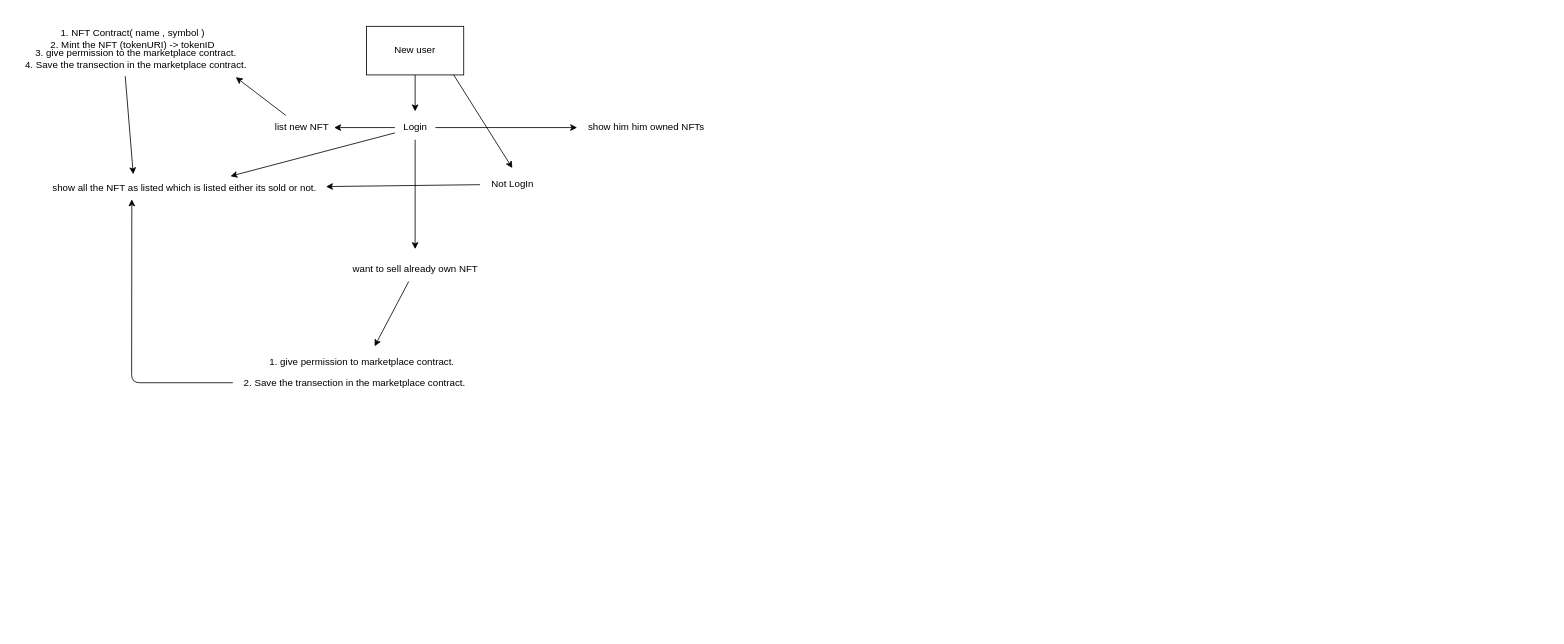
Earlier version of the draw.io diagram projectPlanning.drawio (aamir-067/NFT-Marketplace). Source tidied: cells renumbered, new cells numbered last; positions are measured from the earlier drawing's top-left corner, leaving out a move shared by most shapes. Both pictures are drawn from the tidied source at 81%, with x=0, y=0 at pixel (14, 22).
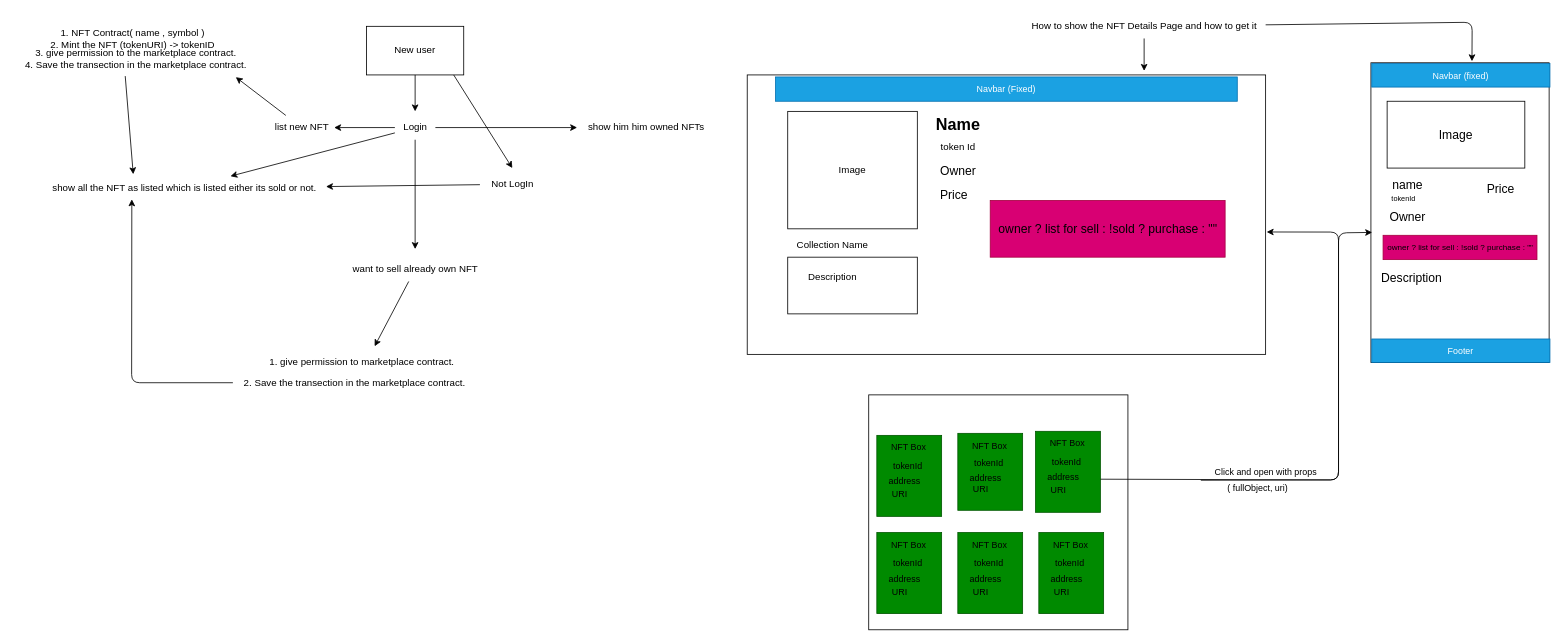
After the change.

The edit, as a diff of the source:
```diff
@@
+    <mxCell id="26" style="edgeStyle=none;html=1;fontSize=11;" parent="1" edge="1" source="28">
+      <mxGeometry relative="1" as="geometry">
+        <mxPoint x="1395" y="60" as="targetPoint" />
+      </mxGeometry>
+    </mxCell>
+    <mxCell id="27" style="edgeStyle=none;html=1;entryX=0.567;entryY=-0.005;entryDx=0;entryDy=0;entryPerimeter=0;fontSize=11;" parent="1" edge="1" source="28" target="40">
+      <mxGeometry relative="1" as="geometry">
+        <Array as="points">
+          <mxPoint x="1800" />
+        </Array>
+      </mxGeometry>
+    </mxCell>
+    <mxCell id="28" value="How to show the NFT Details Page and how to get it" style="text;html=1;align=center;verticalAlign=middle;points=[];strokeColor=none;fillColor=none;" parent="1" vertex="1">
+      <mxGeometry x="1245" y="-10" width="300" height="30" as="geometry" />
+    </mxCell>
+    <mxCell id="29" style="whiteSpace=wrap;html=1;" parent="1" vertex="1">
+      <mxGeometry x="905" y="65" width="640" height="345" as="geometry" />
+    </mxCell>
+    <mxCell id="30" value="Image" style="whiteSpace=wrap;html=1;" parent="1" vertex="1">
+      <mxGeometry x="955" y="110" width="160" height="145" as="geometry" />
+    </mxCell>
+    <mxCell id="31" value="Name" style="text;html=1;align=center;verticalAlign=middle;strokeWidth=1;fontStyle=1;fontSize=20;" parent="1" vertex="1">
+      <mxGeometry x="1125" y="105" width="80" height="40" as="geometry" />
+    </mxCell>
+    <mxCell id="32" value="&lt;font style=&quot;font-size: 12px;&quot;&gt;token Id&lt;/font&gt;" style="text;html=1;align=center;verticalAlign=middle;strokeColor=none;fillColor=none;fontSize=20;" parent="1" vertex="1">
+      <mxGeometry x="1130" y="130" width="70" height="40" as="geometry" />
+    </mxCell>
+    <mxCell id="33" value="&lt;font style=&quot;font-size: 15px;&quot;&gt;Owner&lt;/font&gt;" style="text;html=1;align=center;verticalAlign=middle;strokeColor=none;fillColor=none;fontSize=12;" parent="1" vertex="1">
+      <mxGeometry x="1130" y="167.5" width="70" height="30" as="geometry" />
+    </mxCell>
+    <mxCell id="34" value="Collection Name" style="text;html=1;align=center;verticalAlign=middle;strokeColor=none;fillColor=none;fontSize=12;strokeWidth=1;" parent="1" vertex="1">
+      <mxGeometry x="955" y="260" width="110" height="30" as="geometry" />
+    </mxCell>
+    <mxCell id="35" style="whiteSpace=wrap;html=1;strokeWidth=1;fontSize=12;" parent="1" vertex="1">
+      <mxGeometry x="955" y="290" width="160" height="70" as="geometry" />
+    </mxCell>
+    <mxCell id="36" value="Description" style="text;html=1;align=center;verticalAlign=middle;strokeColor=none;fillColor=none;fontSize=12;strokeWidth=1;" parent="1" vertex="1">
+      <mxGeometry x="970" y="300" width="80" height="30" as="geometry" />
+    </mxCell>
+    <mxCell id="37" value="Price" style="text;html=1;align=center;verticalAlign=middle;strokeColor=none;fillColor=none;fontSize=15;strokeWidth=1;" parent="1" vertex="1">
+      <mxGeometry x="1130" y="197.5" width="60" height="30" as="geometry" />
+    </mxCell>
+    <mxCell id="38" style="whiteSpace=wrap;html=1;strokeWidth=1;fontSize=15;fillColor=#d80073;fontColor=#ffffff;strokeColor=#A50040;" parent="1" vertex="1">
+      <mxGeometry x="1205" y="220" width="290" height="70" as="geometry" />
+    </mxCell>
+    <mxCell id="39" value="owner ? list for sell : !sold ? purchase : &quot;&quot;" style="text;html=1;align=center;verticalAlign=middle;strokeColor=none;fillColor=none;fontSize=15;" parent="1" vertex="1">
+      <mxGeometry x="1205" y="240" width="290" height="30" as="geometry" />
+    </mxCell>
+    <mxCell id="40" style="whiteSpace=wrap;html=1;strokeWidth=1;fontSize=15;" parent="1" vertex="1">
+      <mxGeometry x="1675" y="50" width="220" height="370" as="geometry" />
+    </mxCell>
+    <mxCell id="41" value="name" style="text;html=1;align=center;verticalAlign=middle;strokeColor=none;fillColor=none;fontSize=15;strokeWidth=1;" parent="1" vertex="1">
+      <mxGeometry x="1690" y="185" width="60" height="30" as="geometry" />
+    </mxCell>
+    <mxCell id="42" value="Image" style="whiteSpace=wrap;html=1;strokeWidth=1;fontSize=15;" parent="1" vertex="1">
+      <mxGeometry x="1695" y="97.5" width="170" height="82.5" as="geometry" />
+    </mxCell>
+    <mxCell id="43" value="tokenId" style="text;html=1;align=center;verticalAlign=middle;strokeColor=none;fillColor=none;fontSize=9;" parent="1" vertex="1">
+      <mxGeometry x="1690" y="207.5" width="50" height="20" as="geometry" />
+    </mxCell>
+    <mxCell id="44" value="Price" style="text;html=1;align=center;verticalAlign=middle;strokeColor=none;fillColor=none;fontSize=15;" parent="1" vertex="1">
+      <mxGeometry x="1805" y="190" width="60" height="30" as="geometry" />
+    </mxCell>
+    <mxCell id="45" style="whiteSpace=wrap;html=1;strokeWidth=1;fontSize=15;fillColor=#d80073;fontColor=#ffffff;strokeColor=#A50040;" parent="1" vertex="1">
+      <mxGeometry x="1690" y="263" width="190" height="30" as="geometry" />
+    </mxCell>
+    <mxCell id="46" value="owner ? list for sell : !sold ? purchase : &quot;&quot;" style="text;html=1;align=center;verticalAlign=middle;strokeColor=none;fillColor=none;fontSize=10;" parent="1" vertex="1">
+      <mxGeometry x="1685" y="263" width="200" height="30" as="geometry" />
+    </mxCell>
+    <mxCell id="47" value="Owner" style="text;html=1;align=center;verticalAlign=middle;strokeColor=none;fillColor=none;fontSize=15;" parent="1" vertex="1">
+      <mxGeometry x="1685" y="225" width="70" height="30" as="geometry" />
+    </mxCell>
+    <mxCell id="48" value="Description" style="text;html=1;align=center;verticalAlign=middle;strokeColor=none;fillColor=none;fontSize=15;" parent="1" vertex="1">
+      <mxGeometry x="1675" y="300" width="100" height="30" as="geometry" />
+    </mxCell>
+    <mxCell id="49" value="Navbar (Fixed)" style="whiteSpace=wrap;html=1;strokeWidth=1;fontSize=11;fillColor=#1ba1e2;fontColor=#ffffff;strokeColor=#006EAF;" parent="1" vertex="1">
+      <mxGeometry x="940" y="67.5" width="570" height="30" as="geometry" />
+    </mxCell>
+    <mxCell id="50" value="Navbar (fixed)" style="whiteSpace=wrap;html=1;strokeWidth=1;fontSize=11;fillColor=#1ba1e2;fontColor=#ffffff;strokeColor=#006EAF;" parent="1" vertex="1">
+      <mxGeometry x="1676" y="51" width="220" height="29" as="geometry" />
+    </mxCell>
+    <mxCell id="51" value="Footer" style="whiteSpace=wrap;html=1;strokeWidth=1;fontSize=11;fillColor=#1ba1e2;fontColor=#ffffff;strokeColor=#006EAF;" parent="1" vertex="1">
+      <mxGeometry x="1676" y="391" width="220" height="29" as="geometry" />
+    </mxCell>
+    <mxCell id="52" style="whiteSpace=wrap;html=1;strokeWidth=1;fontSize=11;" parent="1" vertex="1">
+      <mxGeometry x="1055" y="460" width="320" height="290" as="geometry" />
+    </mxCell>
+    <mxCell id="53" style="edgeStyle=none;html=1;fontSize=11;entryX=1.002;entryY=0.565;entryDx=0;entryDy=0;entryPerimeter=0;" parent="1" edge="1">
+      <mxGeometry relative="1" as="geometry">
+        <mxPoint x="1465" y="565.4" as="sourcePoint" />
+        <mxPoint x="1546.3" y="258.9" as="targetPoint" />
+        <Array as="points">
+          <mxPoint x="1635" y="565" />
+          <mxPoint x="1635" y="259" />
+        </Array>
+      </mxGeometry>
+    </mxCell>
+    <mxCell id="54" style="edgeStyle=none;html=1;entryX=0.007;entryY=0.566;entryDx=0;entryDy=0;entryPerimeter=0;fontSize=11;exitX=1.015;exitY=0.559;exitDx=0;exitDy=0;exitPerimeter=0;" parent="1" edge="1" source="90" target="40">
+      <mxGeometry relative="1" as="geometry">
+        <Array as="points">
+          <mxPoint x="1635" y="565" />
+          <mxPoint x="1635" y="260" />
+        </Array>
+      </mxGeometry>
+    </mxCell>
+    <mxCell id="55" value="Click and open with props" style="text;html=1;align=center;verticalAlign=middle;strokeColor=none;fillColor=none;fontSize=11;" parent="1" vertex="1">
+      <mxGeometry x="1470" y="540" width="150" height="30" as="geometry" />
+    </mxCell>
+    <mxCell id="56" value="( fullObject, uri)" style="text;html=1;align=center;verticalAlign=middle;strokeColor=none;fillColor=none;fontSize=11;" parent="1" vertex="1">
+      <mxGeometry x="1485" y="560" width="100" height="30" as="geometry" />
+    </mxCell>
+    <mxCell id="57" style="group;" parent="1" vertex="1">
+      <mxGeometry x="1065" y="510" width="80" height="100" as="geometry" />
+    </mxCell>
+    <mxCell id="58" style="whiteSpace=wrap;html=1;strokeWidth=1;fontSize=11;fillColor=#008a00;fontColor=#ffffff;strokeColor=#005700;" parent="57" vertex="1">
+      <mxGeometry width="80" height="100" as="geometry" />
+    </mxCell>
+    <mxCell id="59" value="NFT Box" style="text;html=1;align=center;verticalAlign=middle;strokeColor=none;fillColor=none;fontSize=11;" parent="57" vertex="1">
+      <mxGeometry x="4" width="70" height="30" as="geometry" />
+    </mxCell>
+    <mxCell id="60" style="group;" parent="57" vertex="1">
+      <mxGeometry x="4" y="23.1" width="52" height="57.7" as="geometry" />
+    </mxCell>
+    <mxCell id="61" value="tokenId" style="text;html=1;align=center;verticalAlign=middle;strokeColor=none;fillColor=none;fontSize=11;" parent="60" vertex="1">
+      <mxGeometry x="4" width="60" height="30" as="geometry" />
+    </mxCell>
+    <mxCell id="62" value="address" style="text;html=1;align=center;verticalAlign=middle;strokeColor=none;fillColor=none;fontSize=11;" parent="60" vertex="1">
+      <mxGeometry y="19.2" width="60" height="30" as="geometry" />
+    </mxCell>
+    <mxCell id="63" value="URI" style="text;html=1;align=center;verticalAlign=middle;strokeColor=none;fillColor=none;fontSize=11;" parent="60" vertex="1">
+      <mxGeometry x="4" y="34.6" width="40" height="30" as="geometry" />
+    </mxCell>
+    <mxCell id="64" style="group;" parent="1" vertex="1">
+      <mxGeometry x="1165" y="507.5" width="80" height="95" as="geometry" />
+    </mxCell>
+    <mxCell id="65" style="whiteSpace=wrap;html=1;strokeWidth=1;fontSize=11;fillColor=#008a00;fontColor=#ffffff;strokeColor=#005700;" parent="64" vertex="1">
+      <mxGeometry width="80" height="95" as="geometry" />
+    </mxCell>
+    <mxCell id="66" value="NFT Box" style="text;html=1;align=center;verticalAlign=middle;strokeColor=none;fillColor=none;fontSize=11;" parent="64" vertex="1">
+      <mxGeometry x="4" width="70" height="30" as="geometry" />
+    </mxCell>
+    <mxCell id="67" style="group;" parent="64" vertex="1">
+      <mxGeometry x="4" y="21.9" width="52" height="54.8" as="geometry" />
+    </mxCell>
+    <mxCell id="68" value="tokenId" style="text;html=1;align=center;verticalAlign=middle;strokeColor=none;fillColor=none;fontSize=11;" parent="67" vertex="1">
+      <mxGeometry x="4" width="60" height="30" as="geometry" />
+    </mxCell>
+    <mxCell id="69" value="address" style="text;html=1;align=center;verticalAlign=middle;strokeColor=none;fillColor=none;fontSize=11;" parent="67" vertex="1">
+      <mxGeometry y="18.3" width="60" height="30" as="geometry" />
+    </mxCell>
+    <mxCell id="70" value="URI" style="text;html=1;align=center;verticalAlign=middle;strokeColor=none;fillColor=none;fontSize=11;" parent="67" vertex="1">
+      <mxGeometry x="4" y="32.9" width="40" height="30" as="geometry" />
+    </mxCell>
+    <mxCell id="71" style="group;" parent="1" vertex="1">
+      <mxGeometry x="1065" y="630" width="80" height="100" as="geometry" />
+    </mxCell>
+    <mxCell id="72" style="whiteSpace=wrap;html=1;strokeWidth=1;fontSize=11;fillColor=#008a00;fontColor=#ffffff;strokeColor=#005700;" parent="71" vertex="1">
+      <mxGeometry width="80" height="100" as="geometry" />
+    </mxCell>
+    <mxCell id="73" value="NFT Box" style="text;html=1;align=center;verticalAlign=middle;strokeColor=none;fillColor=none;fontSize=11;" parent="71" vertex="1">
+      <mxGeometry x="4" width="70" height="30" as="geometry" />
+    </mxCell>
+    <mxCell id="74" style="group;" parent="71" vertex="1">
+      <mxGeometry x="4" y="23.1" width="52" height="57.7" as="geometry" />
+    </mxCell>
+    <mxCell id="75" value="tokenId" style="text;html=1;align=center;verticalAlign=middle;strokeColor=none;fillColor=none;fontSize=11;" parent="74" vertex="1">
+      <mxGeometry x="4" width="60" height="30" as="geometry" />
+    </mxCell>
+    <mxCell id="76" value="address" style="text;html=1;align=center;verticalAlign=middle;strokeColor=none;fillColor=none;fontSize=11;" parent="74" vertex="1">
+      <mxGeometry y="19.2" width="60" height="30" as="geometry" />
+    </mxCell>
+    <mxCell id="77" value="URI" style="text;html=1;align=center;verticalAlign=middle;strokeColor=none;fillColor=none;fontSize=11;" parent="74" vertex="1">
+      <mxGeometry x="4" y="34.6" width="40" height="30" as="geometry" />
+    </mxCell>
+    <mxCell id="78" style="group;" parent="1" vertex="1">
+      <mxGeometry x="1165" y="630" width="80" height="100" as="geometry" />
+    </mxCell>
+    <mxCell id="79" style="whiteSpace=wrap;html=1;strokeWidth=1;fontSize=11;fillColor=#008a00;fontColor=#ffffff;strokeColor=#005700;" parent="78" vertex="1">
+      <mxGeometry width="80" height="100" as="geometry" />
+    </mxCell>
+    <mxCell id="80" value="NFT Box" style="text;html=1;align=center;verticalAlign=middle;strokeColor=none;fillColor=none;fontSize=11;" parent="78" vertex="1">
+      <mxGeometry x="4" width="70" height="30" as="geometry" />
+    </mxCell>
+    <mxCell id="81" style="group;" parent="78" vertex="1">
+      <mxGeometry x="4" y="23.1" width="52" height="57.7" as="geometry" />
+    </mxCell>
+    <mxCell id="82" value="tokenId" style="text;html=1;align=center;verticalAlign=middle;strokeColor=none;fillColor=none;fontSize=11;" parent="81" vertex="1">
+      <mxGeometry x="4" width="60" height="30" as="geometry" />
+    </mxCell>
+    <mxCell id="83" value="address" style="text;html=1;align=center;verticalAlign=middle;strokeColor=none;fillColor=none;fontSize=11;" parent="81" vertex="1">
+      <mxGeometry y="19.2" width="60" height="30" as="geometry" />
+    </mxCell>
+    <mxCell id="84" value="URI" style="text;html=1;align=center;verticalAlign=middle;strokeColor=none;fillColor=none;fontSize=11;" parent="81" vertex="1">
+      <mxGeometry x="4" y="34.6" width="40" height="30" as="geometry" />
+    </mxCell>
+    <mxCell id="85" style="group;" parent="1" vertex="1">
+      <mxGeometry x="1261" y="505" width="80" height="100" as="geometry" />
+    </mxCell>
+    <mxCell id="86" style="whiteSpace=wrap;html=1;strokeWidth=1;fontSize=11;fillColor=#008a00;fontColor=#ffffff;strokeColor=#005700;" parent="85" vertex="1">
+      <mxGeometry width="80" height="100" as="geometry" />
+    </mxCell>
+    <mxCell id="87" value="NFT Box" style="text;html=1;align=center;verticalAlign=middle;strokeColor=none;fillColor=none;fontSize=11;" parent="85" vertex="1">
+      <mxGeometry x="4" width="70" height="30" as="geometry" />
+    </mxCell>
+    <mxCell id="88" style="group;" parent="85" vertex="1">
+      <mxGeometry x="4" y="23.1" width="52" height="57.7" as="geometry" />
+    </mxCell>
+    <mxCell id="89" value="tokenId" style="text;html=1;align=center;verticalAlign=middle;strokeColor=none;fillColor=none;fontSize=11;" parent="88" vertex="1">
+      <mxGeometry x="4" width="60" height="30" as="geometry" />
+    </mxCell>
+    <mxCell id="90" value="address" style="text;html=1;align=center;verticalAlign=middle;points=[];strokeColor=none;fillColor=none;fontSize=11;" parent="88" vertex="1">
+      <mxGeometry y="19.2" width="60" height="30" as="geometry" />
+    </mxCell>
+    <mxCell id="91" value="URI" style="text;html=1;align=center;verticalAlign=middle;strokeColor=none;fillColor=none;fontSize=11;" parent="88" vertex="1">
+      <mxGeometry x="4" y="34.6" width="40" height="30" as="geometry" />
+    </mxCell>
+    <mxCell id="92" style="group;" parent="1" vertex="1">
+      <mxGeometry x="1265" y="630" width="80" height="100" as="geometry" />
+    </mxCell>
+    <mxCell id="93" style="whiteSpace=wrap;html=1;strokeWidth=1;fontSize=11;fillColor=#008a00;fontColor=#ffffff;strokeColor=#005700;" parent="92" vertex="1">
+      <mxGeometry width="80" height="100" as="geometry" />
+    </mxCell>
+    <mxCell id="94" value="NFT Box" style="text;html=1;align=center;verticalAlign=middle;strokeColor=none;fillColor=none;fontSize=11;" parent="92" vertex="1">
+      <mxGeometry x="4" width="70" height="30" as="geometry" />
+    </mxCell>
+    <mxCell id="95" style="group;" parent="92" vertex="1">
+      <mxGeometry x="4" y="23.1" width="52" height="57.7" as="geometry" />
+    </mxCell>
+    <mxCell id="96" value="tokenId" style="text;html=1;align=center;verticalAlign=middle;strokeColor=none;fillColor=none;fontSize=11;" parent="95" vertex="1">
+      <mxGeometry x="4" width="60" height="30" as="geometry" />
+    </mxCell>
+    <mxCell id="97" value="address" style="text;html=1;align=center;verticalAlign=middle;strokeColor=none;fillColor=none;fontSize=11;" parent="95" vertex="1">
+      <mxGeometry y="19.2" width="60" height="30" as="geometry" />
+    </mxCell>
+    <mxCell id="98" value="URI" style="text;html=1;align=center;verticalAlign=middle;strokeColor=none;fillColor=none;fontSize=11;" parent="95" vertex="1">
+      <mxGeometry x="4" y="34.6" width="40" height="30" as="geometry" />
+    </mxCell>
```
